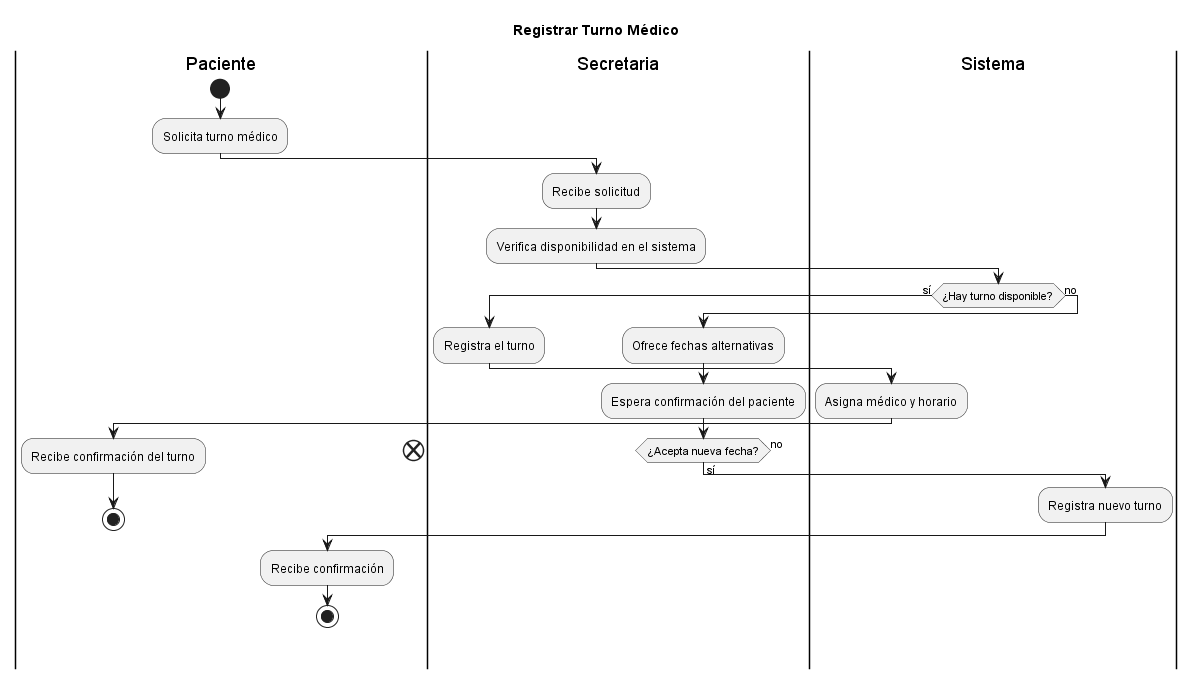
The PlantUML diagram diagramas/04-diagramas-actividades/04-actividad-registrar-turno-medico-01.png in Purezaamor/SistemaTurnosMedicos, before a commit.
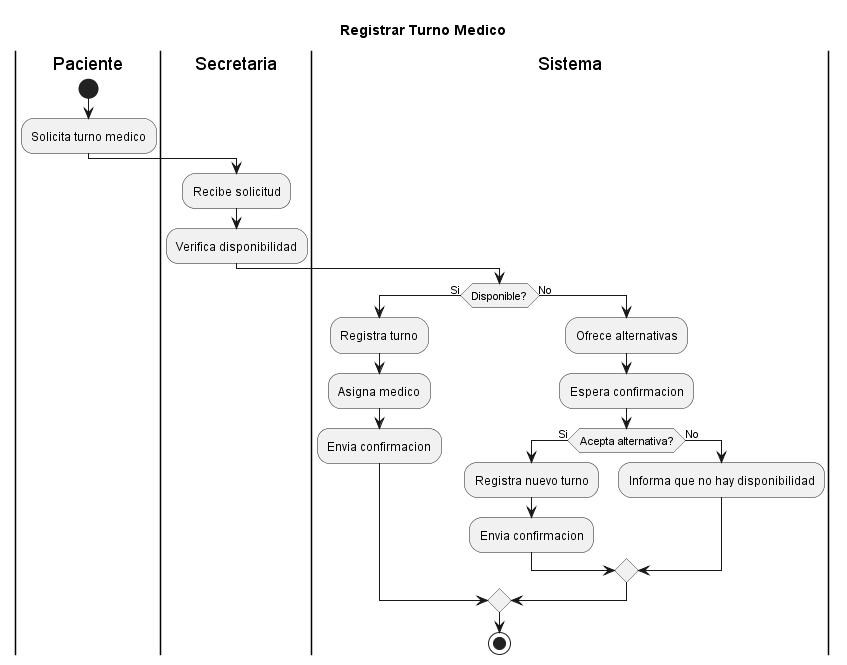
The same file after the commit.

Commit message:
fix: RC1, RC2, RC3 - TITLE y un solo STOP

Diff of the diagram source:
```diff
@@ -1,34 +1,34 @@
 @startuml
-title "Registrar Turno Médico"
+title "Registrar Turno Medico"
+
 |Paciente|
 start
-:Solicita turno médico;
+:Solicita turno medico;
 
 |Secretaria|
 :Recibe solicitud;
-:Verifica disponibilidad en el sistema;
+:Verifica disponibilidad;
 
 |Sistema|
-if (¿Hay turno disponible?) then (sí)
-  |Secretaria|
-  :Registra el turno;
-  |Sistema|
-  :Asigna médico y horario;
-  |Paciente|
-  :Recibe confirmación del turno;
-  stop
-else (no)
-  |Secretaria|
-  :Ofrece fechas alternativas;
-  :Espera confirmación del paciente;
-  if (¿Acepta nueva fecha?) then (sí)
-    |Sistema|
+if (Disponible?) then (Si)
+  :Registra turno;
+  :Asigna medico;
+  :Envia confirmacion;
+
+else (No)
+  :Ofrece alternativas;
+  :Espera confirmacion;
+
+  if (Acepta alternativa?) then (Si)
     :Registra nuevo turno;
-    |Paciente|
-    :Recibe confirmación;
-    stop
-  else (no)
-    end
+    :Envia confirmacion;
+
+  else (No)
+    :Informa que no hay disponibilidad;
   endif
+
 endif
+
+stop
+
 @enduml
```
